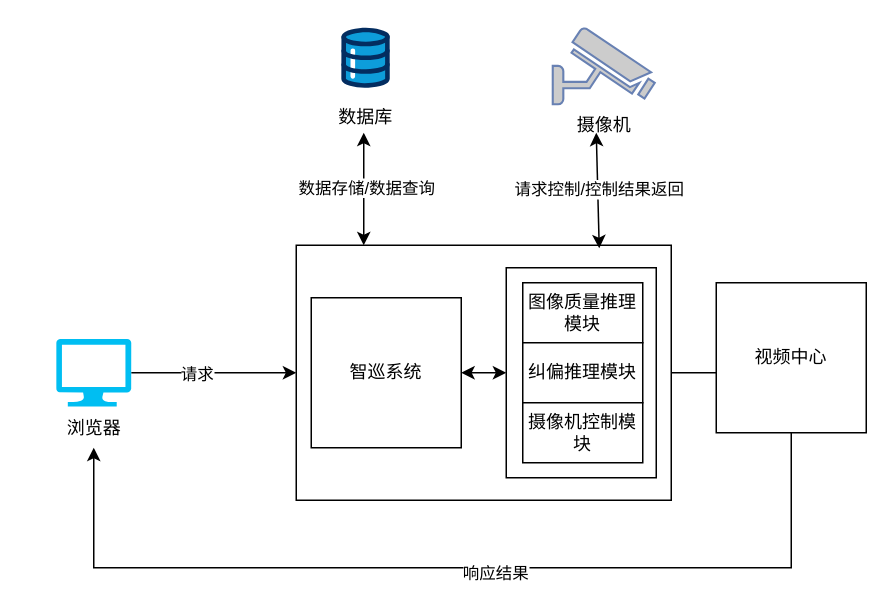
This is work_总体方案图.drawio from DaskiSnow/drawioFiles, a draw.io file, before an edit. Source tidied: cells renumbered, new cells numbered last; positions are measured from the earlier drawing's top-left corner, leaving out a move shared by most shapes. Both pictures are drawn from the tidied source at 150%, with x=0, y=0 at pixel (56, 27).
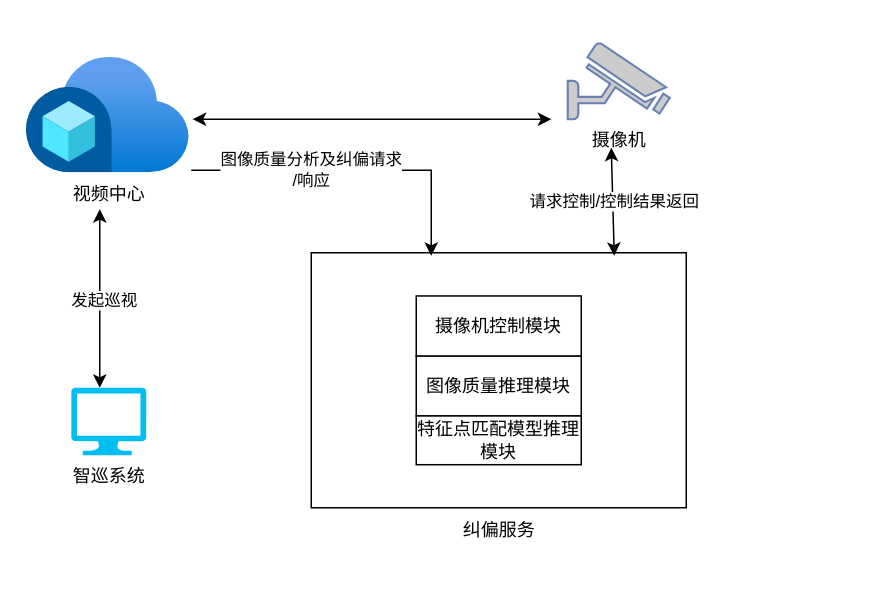
The same page after the edit.

Commit message (it also covers changes not shown here):
更新work_总体方案图.drawio

Change to the diagram source:
```diff
@@
-    <mxCell id="2" style="rounded=0;whiteSpace=wrap;html=1;align=left;verticalAlign=bottom;" parent="1" vertex="1">
-      <mxGeometry x="160" y="145" width="250" height="170" as="geometry" />
+    <mxCell id="2" style="rounded=0;whiteSpace=wrap;html=1;align=right;verticalAlign=bottom;" parent="1" vertex="1">
+      <mxGeometry x="170" y="150" width="250" height="170" as="geometry" />
     </mxCell>
-    <mxCell id="3" style="rounded=0;whiteSpace=wrap;html=1;" parent="1" vertex="1">
-      <mxGeometry x="300" y="160" width="100" height="140" as="geometry" />
-    </mxCell>
     <mxCell id="4" value="图像质量推理模块" style="rounded=0;whiteSpace=wrap;html=1;" parent="1" vertex="1">
-      <mxGeometry x="311" y="170" width="80" height="40" as="geometry" />
+      <mxGeometry x="240" y="218.8" width="110" height="40" as="geometry" />
     </mxCell>
-    <mxCell id="5" style="endArrow=classic;html=1;rounded=0;exitX=1;exitY=0.5;exitDx=0;exitDy=0;entryX=0;entryY=0.5;entryDx=0;entryDy=0;exitPerimeter=0;" parent="1" edge="1" source="13" target="2">
-      <mxGeometry relative="1" as="geometry" />
-    </mxCell>
-    <mxCell id="6" value="请求" style="edgeLabel;html=1;align=center;verticalAlign=middle;" parent="5" vertex="1">
-      <mxGeometry x="-0.34" relative="1" as="geometry">
-        <mxPoint x="7" as="offset" />
-      </mxGeometry>
-    </mxCell>
-    <mxCell id="7" style="endArrow=classic;html=1;rounded=0;exitX=1;exitY=0.5;exitDx=0;exitDy=0;" parent="1" edge="1" source="2">
-      <mxGeometry relative="1" as="geometry">
-        <mxPoint x="25" y="280" as="targetPoint" />
-        <Array as="points">
-          <mxPoint x="490" y="230" />
-          <mxPoint x="490" y="360" />
-          <mxPoint x="25" y="360" />
-        </Array>
-      </mxGeometry>
-    </mxCell>
-    <mxCell id="8" value="响应结果" style="edgeLabel;html=1;align=center;verticalAlign=middle;" parent="7" vertex="1">
-      <mxGeometry x="0.08" y="3" relative="1" as="geometry" />
-    </mxCell>
-    <mxCell id="9" style="endArrow=classic;startArrow=classic;html=1;rounded=0;entryX=0.5;entryY=1;entryDx=0;entryDy=0;exitX=0.5;exitY=0;exitDx=0;exitDy=0;" parent="1" edge="1">
-      <mxGeometry relative="1" as="geometry">
-        <mxPoint x="205" y="145" as="sourcePoint" />
-        <mxPoint x="205" y="70" as="targetPoint" />
-      </mxGeometry>
-    </mxCell>
-    <mxCell id="10" value="数据存储/数据查询" style="edgeLabel;html=1;align=center;verticalAlign=middle;" parent="9" vertex="1">
-      <mxGeometry x="0.04" y="-1" relative="1" as="geometry" />
-    </mxCell>
     <mxCell id="11" style="endArrow=classic;startArrow=classic;html=1;rounded=0;entryX=0.5;entryY=1;entryDx=0;entryDy=0;exitX=0.808;exitY=0.012;exitDx=0;exitDy=0;exitPerimeter=0;" parent="1" edge="1" source="2">
       <mxGeometry relative="1" as="geometry">
-        <mxPoint x="360" y="70" as="targetPoint" />
+        <mxPoint x="370" y="80" as="targetPoint" />
       </mxGeometry>
     </mxCell>
@@
-    <mxCell id="13" value="浏览器" style="verticalLabelPosition=bottom;html=1;verticalAlign=top;align=center;strokeColor=none;fillColor=#00BEF2;shape=mxgraph.azure.computer;" parent="1" vertex="1">
-      <mxGeometry y="207.5" width="50" height="45" as="geometry" />
+    <mxCell id="13" value="智巡系统" style="verticalLabelPosition=bottom;html=1;verticalAlign=top;align=center;strokeColor=none;fillColor=#00BEF2;shape=mxgraph.azure.computer;" parent="1" vertex="1">
+      <mxGeometry x="10" y="240" width="50" height="45" as="geometry" />
     </mxCell>
     <mxCell id="14" value="摄像机" style="fontColor=#000000;verticalAlign=top;verticalLabelPosition=bottom;labelPosition=center;align=center;html=1;fillColor=#CCCCCC;strokeColor=#6881B3;gradientColor=none;gradientDirection=north;strokeWidth=2;shape=mxgraph.networks.security_camera;" parent="1" vertex="1">
-      <mxGeometry x="331" width="68" height="51" as="geometry" />
+      <mxGeometry x="341" y="10" width="68" height="51" as="geometry" />
     </mxCell>
-    <mxCell id="15" value="纠偏推理模块" style="rounded=0;whiteSpace=wrap;html=1;" parent="1" vertex="1">
-      <mxGeometry x="311" y="210" width="80" height="40" as="geometry" />
+    <mxCell id="15" value="特征点匹配模型推理模块" style="rounded=0;whiteSpace=wrap;html=1;" parent="1" vertex="1">
+      <mxGeometry x="240" y="258.8" width="110" height="32.5" as="geometry" />
     </mxCell>
     <mxCell id="16" value="摄像机控制模块" style="rounded=0;whiteSpace=wrap;html=1;" parent="1" vertex="1">
-      <mxGeometry x="311" y="250" width="80" height="40" as="geometry" />
+      <mxGeometry x="240" y="178.8" width="110" height="40" as="geometry" />
     </mxCell>
-    <mxCell id="17" value="数据库" style="verticalLabelPosition=bottom;html=1;shape=mxgraph.salesforce.data;" parent="1" vertex="1">
-      <mxGeometry x="190" width="32.4" height="40" as="geometry" />
-    </mxCell>
-    <mxCell id="18" value="智巡系统" style="whiteSpace=wrap;html=1;" parent="1" vertex="1">
-      <mxGeometry x="170" y="180" width="100" height="100" as="geometry" />
-    </mxCell>
-    <mxCell id="19" style="endArrow=classic;startArrow=classic;html=1;rounded=0;entryX=1;entryY=0.5;entryDx=0;entryDy=0;exitX=0;exitY=0.5;exitDx=0;exitDy=0;" parent="1" edge="1" source="3" target="18">
-      <mxGeometry relative="1" as="geometry" />
-    </mxCell>
+    <mxCell id="21" style="endArrow=classic;html=1;rounded=0;exitX=1;exitY=0.75;exitDx=0;exitDy=0;entryX=0.32;entryY=0.012;entryDx=0;entryDy=0;entryPerimeter=0;" parent="1" edge="1" target="2">
+      <mxGeometry relative="1" as="geometry">
+        <mxPoint x="90" y="95" as="sourcePoint" />
+        <Array as="points">
+          <mxPoint x="250" y="95" />
+        </Array>
+      </mxGeometry>
+    </mxCell>
+    <mxCell id="22" value="图像质量分析及纠偏请求&lt;br&gt;/响应" style="edgeLabel;html=1;align=center;verticalAlign=middle;" parent="21" vertex="1">
+      <mxGeometry x="-0.55" y="1" relative="1" as="geometry">
+        <mxPoint x="30" as="offset" />
+      </mxGeometry>
+    </mxCell>
+    <mxCell id="23" style="endArrow=classic;startArrow=classic;html=1;rounded=0;exitX=0.445;exitY=1.01;exitDx=0;exitDy=0;exitPerimeter=0;" parent="1" edge="1">
+      <mxGeometry relative="1" as="geometry">
+        <mxPoint x="29" y="121" as="sourcePoint" />
+        <mxPoint x="29" y="240" as="targetPoint" />
+      </mxGeometry>
+    </mxCell>
+    <mxCell id="24" value="发起巡视" style="edgeLabel;html=1;align=center;verticalAlign=middle;" parent="23" vertex="1">
+      <mxGeometry x="0.01" y="2" relative="1" as="geometry" />
+    </mxCell>
+    <mxCell id="25" style="endArrow=classic;startArrow=classic;html=1;rounded=0;exitX=1.009;exitY=0.41;exitDx=0;exitDy=0;exitPerimeter=0;" parent="1" edge="1">
+      <mxGeometry relative="1" as="geometry">
+        <mxPoint x="91" y="61" as="sourcePoint" />
+        <mxPoint x="330" y="61" as="targetPoint" />
+      </mxGeometry>
+    </mxCell>
-    <mxCell id="20" value="视频中心" style="whiteSpace=wrap;html=1;" parent="1" vertex="1">
-      <mxGeometry x="440" y="170" width="100" height="100" as="geometry" />
+    <mxCell id="20" value="视频中心" style="image;html=1;align=center;fontSize=12;image=img/lib/azure2/azure_ecosystem/Azure_Hybrid_Center.svg;" parent="1" vertex="1">
+      <mxGeometry x="-20" y="20" width="109" height="76.9" as="geometry" />
     </mxCell>
+    <mxCell id="26" value="纠偏服务" style="text;html=1;align=center;verticalAlign=middle;strokeColor=none;fillColor=none;" parent="1" vertex="1">
+      <mxGeometry x="260" y="320" width="70" height="30" as="geometry" />
+    </mxCell>
```
